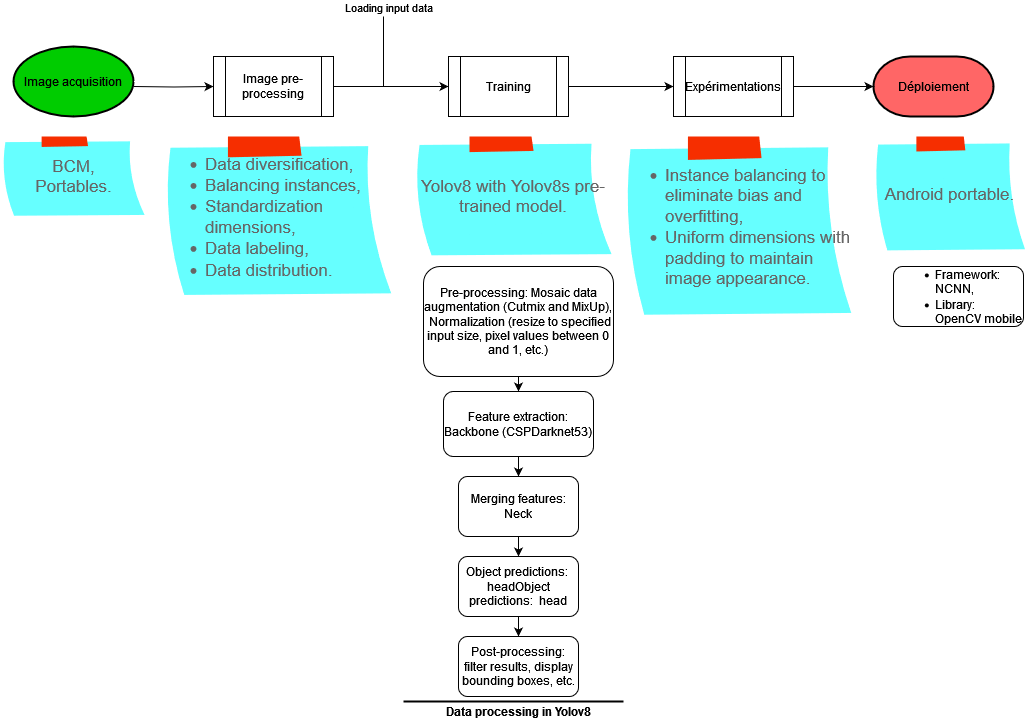
bihoux/Repertoire_vaovao keeps this draw.io diagram as Ariary_recognition.drawio.png. Above is the earlier version. Source tidied: cells renumbered, new cells last; positions are measured from the earlier drawing's top-left corner, leaving out a move shared by most shapes.
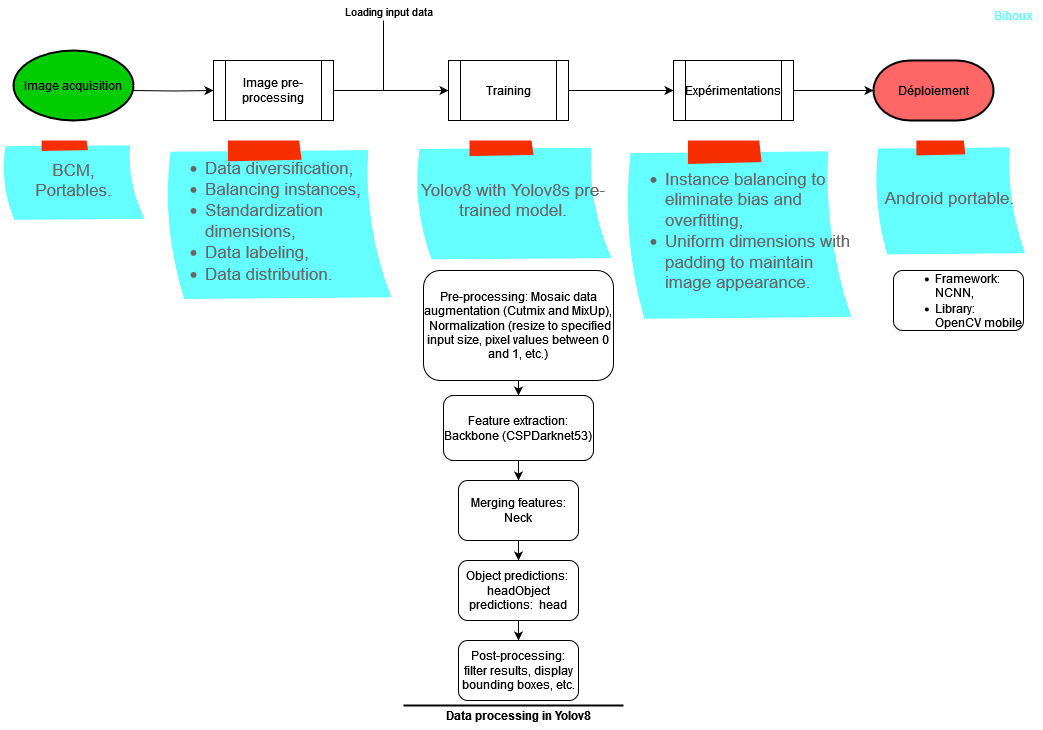
After the change.

The edit, as a diff of the source:
```diff
@@ -100,5 +100,8 @@
     <mxCell id="30" value="&lt;b&gt;Data processing in Yolov8&lt;/b&gt;" style="text;html=1;align=center;verticalAlign=middle;strokeColor=none;fillColor=none;" parent="1" vertex="1">
       <mxGeometry x="432" y="680" width="170" height="30" as="geometry" />
     </mxCell>
+    <mxCell id="31" value="&lt;b&gt;&lt;font color=&quot;#66ffff&quot;&gt;Bihoux&lt;/font&gt;&lt;/b&gt;" style="text;html=1;align=center;verticalAlign=middle;strokeColor=none;fillColor=none;" parent="1" vertex="1">
+      <mxGeometry x="982" y="-20" width="60" height="30" as="geometry" />
+    </mxCell>
   </root>
 </mxGraphModel>
```
